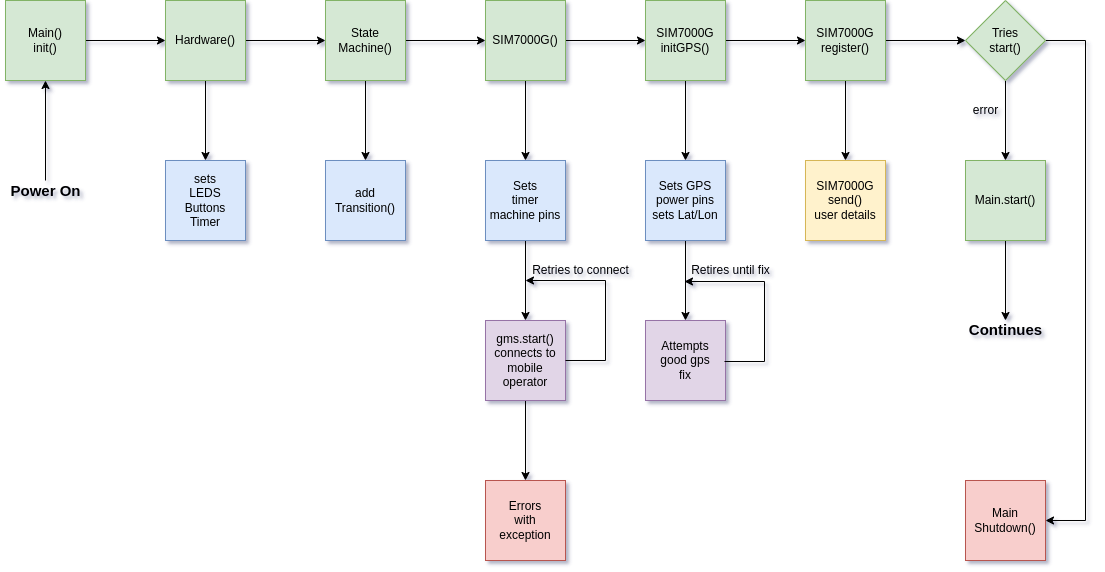
The draw.io diagram CAR1.drawio.png in 18684092/CAR, before a commit. Source tidied: cells renumbered, new cells last; positions are measured from the earlier drawing's top-left corner, leaving out a move shared by most shapes. Source of this version:
```xml
<mxGraphModel shadow="1">
  <root>
    <mxCell id="0" />
    <mxCell id="1" parent="0" />
    <mxCell id="2" style="edgeStyle=orthogonalEdgeStyle;rounded=0;jettySize=auto;html=1;entryX=0;entryY=0.5;entryDx=0;entryDy=0;" parent="1" edge="1" source="3" target="12">
      <mxGeometry relative="1" as="geometry" />
    </mxCell>
    <mxCell id="3" value="Main()&lt;br&gt;init()" style="whiteSpace=wrap;html=1;fillColor=#d5e8d4;strokeColor=#82b366;" parent="1" vertex="1">
      <mxGeometry x="5" width="80" height="80" as="geometry" />
    </mxCell>
    <mxCell id="4" style="edgeStyle=orthogonalEdgeStyle;rounded=0;jettySize=auto;html=1;" parent="1" edge="1" source="5">
      <mxGeometry relative="1" as="geometry">
        <mxPoint x="1005" y="320" as="targetPoint" />
      </mxGeometry>
    </mxCell>
    <mxCell id="5" value="Main.start()" style="whiteSpace=wrap;html=1;fillColor=#d5e8d4;strokeColor=#82b366;" parent="1" vertex="1">
      <mxGeometry x="965" y="160" width="80" height="80" as="geometry" />
    </mxCell>
    <mxCell id="6" style="edgeStyle=orthogonalEdgeStyle;rounded=0;jettySize=auto;html=1;entryX=0.5;entryY=0;entryDx=0;entryDy=0;" parent="1" edge="1" source="8" target="5">
      <mxGeometry relative="1" as="geometry" />
    </mxCell>
    <mxCell id="7" style="edgeStyle=orthogonalEdgeStyle;rounded=0;jettySize=auto;html=1;entryX=1;entryY=0.5;entryDx=0;entryDy=0;" parent="1" edge="1" source="8" target="37">
      <mxGeometry relative="1" as="geometry">
        <Array as="points">
          <mxPoint x="1085" y="40" />
          <mxPoint x="1085" y="520" />
        </Array>
      </mxGeometry>
    </mxCell>
    <mxCell id="8" value="Tries&lt;br&gt;start()" style="rhombus;whiteSpace=wrap;html=1;fillColor=#d5e8d4;strokeColor=#82b366;" parent="1" vertex="1">
      <mxGeometry x="965" width="80" height="80" as="geometry" />
    </mxCell>
    <mxCell id="9" value="error" style="text;html=1;align=center;verticalAlign=middle;strokeColor=none;fillColor=none;" parent="1" vertex="1">
      <mxGeometry x="965" y="100" width="40" height="20" as="geometry" />
    </mxCell>
    <mxCell id="10" style="edgeStyle=orthogonalEdgeStyle;rounded=0;jettySize=auto;html=1;" parent="1" edge="1" source="12" target="13">
      <mxGeometry relative="1" as="geometry" />
    </mxCell>
    <mxCell id="11" style="edgeStyle=orthogonalEdgeStyle;rounded=0;jettySize=auto;html=1;entryX=0;entryY=0.5;entryDx=0;entryDy=0;" parent="1" edge="1" source="12" target="16">
      <mxGeometry relative="1" as="geometry" />
    </mxCell>
    <mxCell id="12" value="Hardware()" style="whiteSpace=wrap;html=1;fillColor=#d5e8d4;strokeColor=#82b366;" parent="1" vertex="1">
      <mxGeometry x="165" width="80" height="80" as="geometry" />
    </mxCell>
    <mxCell id="13" value="sets&lt;br&gt;LEDS&lt;br&gt;Buttons&lt;br&gt;Timer" style="whiteSpace=wrap;html=1;fillColor=#dae8fc;strokeColor=#6c8ebf;" parent="1" vertex="1">
      <mxGeometry x="165" y="160" width="80" height="80" as="geometry" />
    </mxCell>
    <mxCell id="14" style="edgeStyle=orthogonalEdgeStyle;rounded=0;jettySize=auto;html=1;entryX=0.5;entryY=0;entryDx=0;entryDy=0;" parent="1" edge="1" source="16" target="17">
      <mxGeometry relative="1" as="geometry" />
    </mxCell>
    <mxCell id="15" style="edgeStyle=orthogonalEdgeStyle;rounded=0;jettySize=auto;html=1;entryX=0;entryY=0.5;entryDx=0;entryDy=0;" parent="1" edge="1" source="16" target="20">
      <mxGeometry relative="1" as="geometry" />
    </mxCell>
    <mxCell id="16" value="State&lt;br&gt;Machine()" style="whiteSpace=wrap;html=1;fillColor=#d5e8d4;strokeColor=#82b366;" parent="1" vertex="1">
      <mxGeometry x="325" width="80" height="80" as="geometry" />
    </mxCell>
    <mxCell id="17" value="add&lt;br&gt;Transition()" style="whiteSpace=wrap;html=1;fillColor=#dae8fc;strokeColor=#6c8ebf;" parent="1" vertex="1">
      <mxGeometry x="325" y="160" width="80" height="80" as="geometry" />
    </mxCell>
    <mxCell id="18" style="edgeStyle=orthogonalEdgeStyle;rounded=0;jettySize=auto;html=1;exitX=0.5;exitY=1;exitDx=0;exitDy=0;entryX=0.5;entryY=0;entryDx=0;entryDy=0;" parent="1" edge="1" source="20" target="22">
      <mxGeometry relative="1" as="geometry" />
    </mxCell>
    <mxCell id="19" style="edgeStyle=orthogonalEdgeStyle;rounded=0;jettySize=auto;html=1;entryX=0;entryY=0.5;entryDx=0;entryDy=0;" parent="1" edge="1" source="20" target="30">
      <mxGeometry relative="1" as="geometry" />
    </mxCell>
    <mxCell id="20" value="SIM7000G()" style="whiteSpace=wrap;html=1;fillColor=#d5e8d4;strokeColor=#82b366;" parent="1" vertex="1">
      <mxGeometry x="485" width="80" height="80" as="geometry" />
    </mxCell>
    <mxCell id="21" style="edgeStyle=orthogonalEdgeStyle;rounded=0;jettySize=auto;html=1;entryX=0.5;entryY=0;entryDx=0;entryDy=0;" parent="1" edge="1" source="22" target="24">
      <mxGeometry relative="1" as="geometry" />
    </mxCell>
    <mxCell id="22" value="Sets&lt;br&gt;timer&lt;br&gt;machine pins" style="whiteSpace=wrap;html=1;fillColor=#dae8fc;strokeColor=#6c8ebf;" parent="1" vertex="1">
      <mxGeometry x="485" y="160" width="80" height="80" as="geometry" />
    </mxCell>
    <mxCell id="23" style="edgeStyle=orthogonalEdgeStyle;rounded=0;jettySize=auto;html=1;entryX=0.5;entryY=0;entryDx=0;entryDy=0;" parent="1" edge="1" source="24" target="27">
      <mxGeometry relative="1" as="geometry" />
    </mxCell>
    <mxCell id="24" value="gms.start()&lt;br&gt;connects to&lt;br&gt;mobile&lt;br&gt;operator" style="whiteSpace=wrap;html=1;fillColor=#e1d5e7;strokeColor=#9673a6;" parent="1" vertex="1">
      <mxGeometry x="485" y="320" width="80" height="80" as="geometry" />
    </mxCell>
    <mxCell id="25" style="endArrow=classic;html=1;rounded=0;exitX=1;exitY=0.5;exitDx=0;exitDy=0;" parent="1" edge="1" source="24">
      <mxGeometry relative="1" as="geometry">
        <mxPoint x="525" y="280" as="targetPoint" />
        <Array as="points">
          <mxPoint x="605" y="360" />
          <mxPoint x="605" y="280" />
        </Array>
      </mxGeometry>
    </mxCell>
    <mxCell id="26" value="Retries to connect" style="text;html=1;align=center;verticalAlign=middle;strokeColor=none;fillColor=none;" parent="1" vertex="1">
      <mxGeometry x="525" y="260" width="110" height="20" as="geometry" />
    </mxCell>
    <mxCell id="27" value="Errors&lt;br&gt;with&lt;br&gt;exception" style="whiteSpace=wrap;html=1;fillColor=#f8cecc;strokeColor=#b85450;" parent="1" vertex="1">
      <mxGeometry x="485" y="480" width="80" height="80" as="geometry" />
    </mxCell>
    <mxCell id="28" style="edgeStyle=orthogonalEdgeStyle;rounded=0;jettySize=auto;html=1;entryX=0.5;entryY=0;entryDx=0;entryDy=0;" parent="1" edge="1" source="30" target="32">
      <mxGeometry relative="1" as="geometry" />
    </mxCell>
    <mxCell id="29" style="edgeStyle=orthogonalEdgeStyle;rounded=0;jettySize=auto;html=1;entryX=0;entryY=0.5;entryDx=0;entryDy=0;" parent="1" edge="1" source="30" target="35">
      <mxGeometry relative="1" as="geometry" />
    </mxCell>
    <mxCell id="30" value="SIM7000G&lt;br&gt;initGPS()" style="whiteSpace=wrap;html=1;fillColor=#d5e8d4;strokeColor=#82b366;" parent="1" vertex="1">
      <mxGeometry x="645" width="80" height="80" as="geometry" />
    </mxCell>
    <mxCell id="31" style="edgeStyle=orthogonalEdgeStyle;rounded=0;jettySize=auto;html=1;entryX=0.5;entryY=0;entryDx=0;entryDy=0;" parent="1" edge="1" source="32" target="38">
      <mxGeometry relative="1" as="geometry" />
    </mxCell>
    <mxCell id="32" value="Sets GPS&lt;br&gt;power pins&lt;br&gt;sets Lat/Lon" style="whiteSpace=wrap;html=1;fillColor=#dae8fc;strokeColor=#6c8ebf;" parent="1" vertex="1">
      <mxGeometry x="645" y="160" width="80" height="80" as="geometry" />
    </mxCell>
    <mxCell id="33" style="edgeStyle=orthogonalEdgeStyle;rounded=0;jettySize=auto;html=1;entryX=0.5;entryY=0;entryDx=0;entryDy=0;" parent="1" edge="1" source="35" target="36">
      <mxGeometry relative="1" as="geometry" />
    </mxCell>
    <mxCell id="34" style="edgeStyle=orthogonalEdgeStyle;rounded=0;jettySize=auto;html=1;entryX=0;entryY=0.5;entryDx=0;entryDy=0;" parent="1" edge="1" source="35" target="8">
      <mxGeometry relative="1" as="geometry" />
    </mxCell>
    <mxCell id="35" value="SIM7000G&lt;br&gt;register()" style="whiteSpace=wrap;html=1;fillColor=#d5e8d4;strokeColor=#82b366;" parent="1" vertex="1">
      <mxGeometry x="805" width="80" height="80" as="geometry" />
    </mxCell>
    <mxCell id="36" value="SIM7000G&lt;br&gt;send()&lt;br&gt;user details" style="whiteSpace=wrap;html=1;fillColor=#fff2cc;strokeColor=#d6b656;" parent="1" vertex="1">
      <mxGeometry x="805" y="160" width="80" height="80" as="geometry" />
    </mxCell>
    <mxCell id="37" value="Main&lt;br&gt;Shutdown()" style="whiteSpace=wrap;html=1;fillColor=#f8cecc;strokeColor=#b85450;" parent="1" vertex="1">
      <mxGeometry x="965" y="480" width="80" height="80" as="geometry" />
    </mxCell>
    <mxCell id="38" value="Attempts&lt;br&gt;good gps&lt;br&gt;fix" style="whiteSpace=wrap;html=1;fillColor=#e1d5e7;strokeColor=#9673a6;" parent="1" vertex="1">
      <mxGeometry x="645" y="320" width="80" height="80" as="geometry" />
    </mxCell>
    <mxCell id="39" style="endArrow=classic;html=1;rounded=0;exitX=1;exitY=0.5;exitDx=0;exitDy=0;" parent="1" edge="1">
      <mxGeometry relative="1" as="geometry">
        <mxPoint x="724" y="361" as="sourcePoint" />
        <mxPoint x="684" y="281" as="targetPoint" />
        <Array as="points">
          <mxPoint x="764" y="361" />
          <mxPoint x="764" y="281" />
        </Array>
      </mxGeometry>
    </mxCell>
    <mxCell id="40" value="Retires until fix" style="text;html=1;align=center;verticalAlign=middle;strokeColor=none;fillColor=none;" parent="1" vertex="1">
      <mxGeometry x="685" y="260" width="90" height="20" as="geometry" />
    </mxCell>
    <mxCell id="41" value="&lt;b&gt;&lt;font style=&quot;font-size: 15px&quot;&gt;Continues&lt;/font&gt;&lt;/b&gt;" style="text;html=1;align=center;verticalAlign=middle;strokeColor=none;fillColor=none;" parent="1" vertex="1">
      <mxGeometry x="960" y="319" width="90" height="20" as="geometry" />
    </mxCell>
    <mxCell id="42" style="edgeStyle=orthogonalEdgeStyle;rounded=0;jettySize=auto;html=1;entryX=0.5;entryY=1;entryDx=0;entryDy=0;fontSize=15;" parent="1" edge="1" source="43" target="3">
      <mxGeometry relative="1" as="geometry" />
    </mxCell>
    <mxCell id="43" value="&lt;b&gt;&lt;font style=&quot;font-size: 15px&quot;&gt;Power On&lt;/font&gt;&lt;/b&gt;" style="text;html=1;align=center;verticalAlign=middle;points=[];strokeColor=none;fillColor=none;" parent="1" vertex="1">
      <mxGeometry y="180" width="90" height="20" as="geometry" />
    </mxCell>
  </root>
</mxGraphModel>
```
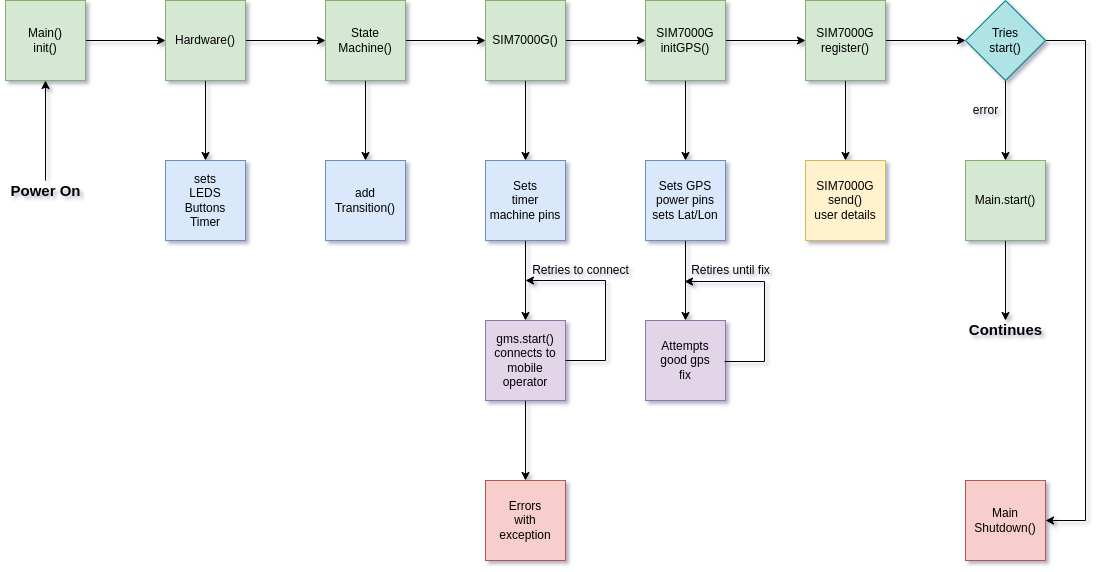
After the change.

Commit message:
Update car1 diagram

Change to the diagram source:
```diff
@@ -27,7 +27,7 @@
         </Array>
       </mxGeometry>
     </mxCell>
-    <mxCell id="8" value="Tries&lt;br&gt;start()" style="rhombus;whiteSpace=wrap;html=1;fillColor=#d5e8d4;strokeColor=#82b366;" parent="1" vertex="1">
+    <mxCell id="8" value="Tries&lt;br&gt;start()" style="rhombus;whiteSpace=wrap;html=1;fillColor=#b0e3e6;strokeColor=#0e8088;" parent="1" vertex="1">
       <mxGeometry x="965" width="80" height="80" as="geometry" />
     </mxCell>
     <mxCell id="9" value="error" style="text;html=1;align=center;verticalAlign=middle;strokeColor=none;fillColor=none;" parent="1" vertex="1">
```
